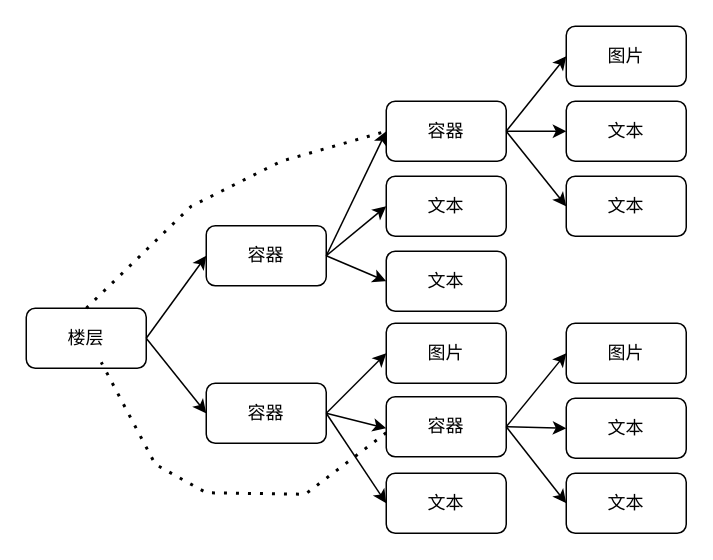
This is page "Page-2" (2 of 2) of Untitled Diagram.drawio from wushenchao/dro, a draw.io file, before an edit. Source tidied: cells renumbered, new cells numbered last; positions are measured from the earlier drawing's top-left corner, leaving out a move shared by most shapes. Both pictures are drawn from the tidied source at 150%, with x=0, y=0 at pixel (26, 26).
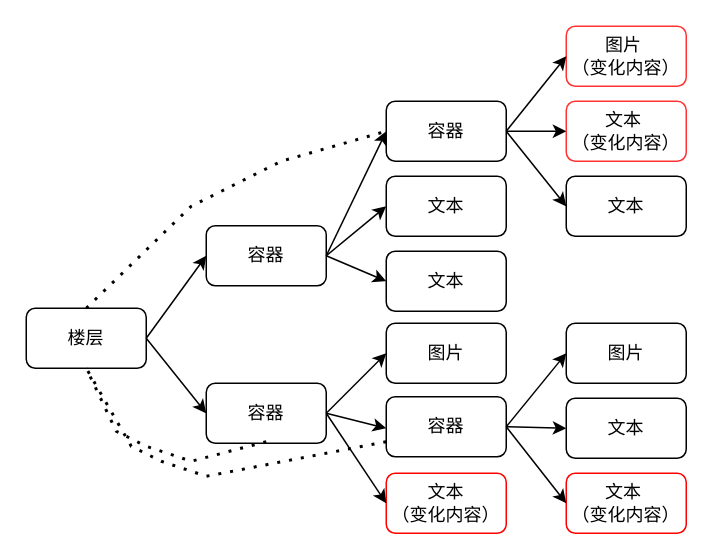
Above is the later version.

Unchanged cells that the change refers to:
```xml
<mxCell id="3" value="容器" style="rounded=1;whiteSpace=wrap;html=1;" parent="1" vertex="1">
  <mxGeometry x="240" y="247" width="80" height="40" as="geometry" />
</mxCell>
<mxCell id="16" value="楼层" style="rounded=1;whiteSpace=wrap;html=1;" parent="1" vertex="1">
  <mxGeometry y="188" width="80" height="40" as="geometry" />
</mxCell>
```

Diff of the diagram source:
```diff
@@
-    <mxCell id="6" value="文本" style="rounded=1;whiteSpace=wrap;html=1;" parent="1" vertex="1">
+    <mxCell id="6" value="文本&amp;nbsp;&lt;br&gt;（变化内容）" style="rounded=1;whiteSpace=wrap;html=1;strokeColor=#FF0000;" parent="1" vertex="1">
       <mxGeometry x="360" y="298" width="80" height="40" as="geometry" />
     </mxCell>
-    <mxCell id="7" value="图片" style="rounded=1;whiteSpace=wrap;html=1;" parent="1" vertex="1">
+    <mxCell id="7" value="图片&amp;nbsp;&lt;br&gt;（变化内容）" style="rounded=1;whiteSpace=wrap;html=1;strokeColor=#FF3333;" parent="1" vertex="1">
       <mxGeometry x="360" width="80" height="40" as="geometry" />
     </mxCell>
-    <mxCell id="8" value="文本" style="rounded=1;whiteSpace=wrap;html=1;" parent="1" vertex="1">
+    <mxCell id="8" value="文本&amp;nbsp;&lt;br&gt;（变化内容）" style="rounded=1;whiteSpace=wrap;html=1;strokeColor=#FF3333;" parent="1" vertex="1">
       <mxGeometry x="360" y="50" width="80" height="40" as="geometry" />
     </mxCell>
@@
-    <mxCell id="24" value="文本" style="rounded=1;whiteSpace=wrap;html=1;" parent="1" vertex="1">
+    <mxCell id="24" value="文本 &lt;br&gt;（变化内容）" style="rounded=1;whiteSpace=wrap;html=1;strokeColor=#FF0000;" parent="1" vertex="1">
       <mxGeometry x="240" y="298" width="80" height="40" as="geometry" />
     </mxCell>
@@
-    <mxCell id="31" style="endArrow=none;dashed=1;html=1;dashPattern=1 3;strokeWidth=2;rounded=0;" parent="1" edge="1">
+    <mxCell id="31" style="endArrow=none;dashed=1;html=1;dashPattern=1 3;strokeWidth=2;rounded=0;entryX=0.5;entryY=1;entryDx=0;entryDy=0;" parent="1" edge="1" target="16">
       <mxGeometry relative="1" as="geometry">
-        <mxPoint x="240" y="271" as="sourcePoint" />
-        <mxPoint x="50" y="224" as="targetPoint" />
+        <mxPoint x="160" y="277" as="sourcePoint" />
         <Array as="points">
-          <mxPoint x="186" y="312" />
-          <mxPoint x="120" y="311" />
-          <mxPoint x="86" y="292" />
+          <mxPoint x="110" y="290" />
+          <mxPoint x="80" y="280" />
+          <mxPoint x="60" y="270" />
         </Array>
       </mxGeometry>
     </mxCell>
@@
+    <mxCell id="33" style="endArrow=none;dashed=1;html=1;dashPattern=1 3;strokeWidth=2;rounded=0;entryX=0.5;entryY=1;entryDx=0;entryDy=0;exitX=0;exitY=0.75;exitDx=0;exitDy=0;" parent="1" edge="1" source="3" target="16">
+      <mxGeometry relative="1" as="geometry">
+        <Array as="points">
+          <mxPoint x="120" y="300" />
+          <mxPoint x="90" y="290" />
+          <mxPoint x="70" y="280" />
+        </Array>
+      </mxGeometry>
+    </mxCell>
```
